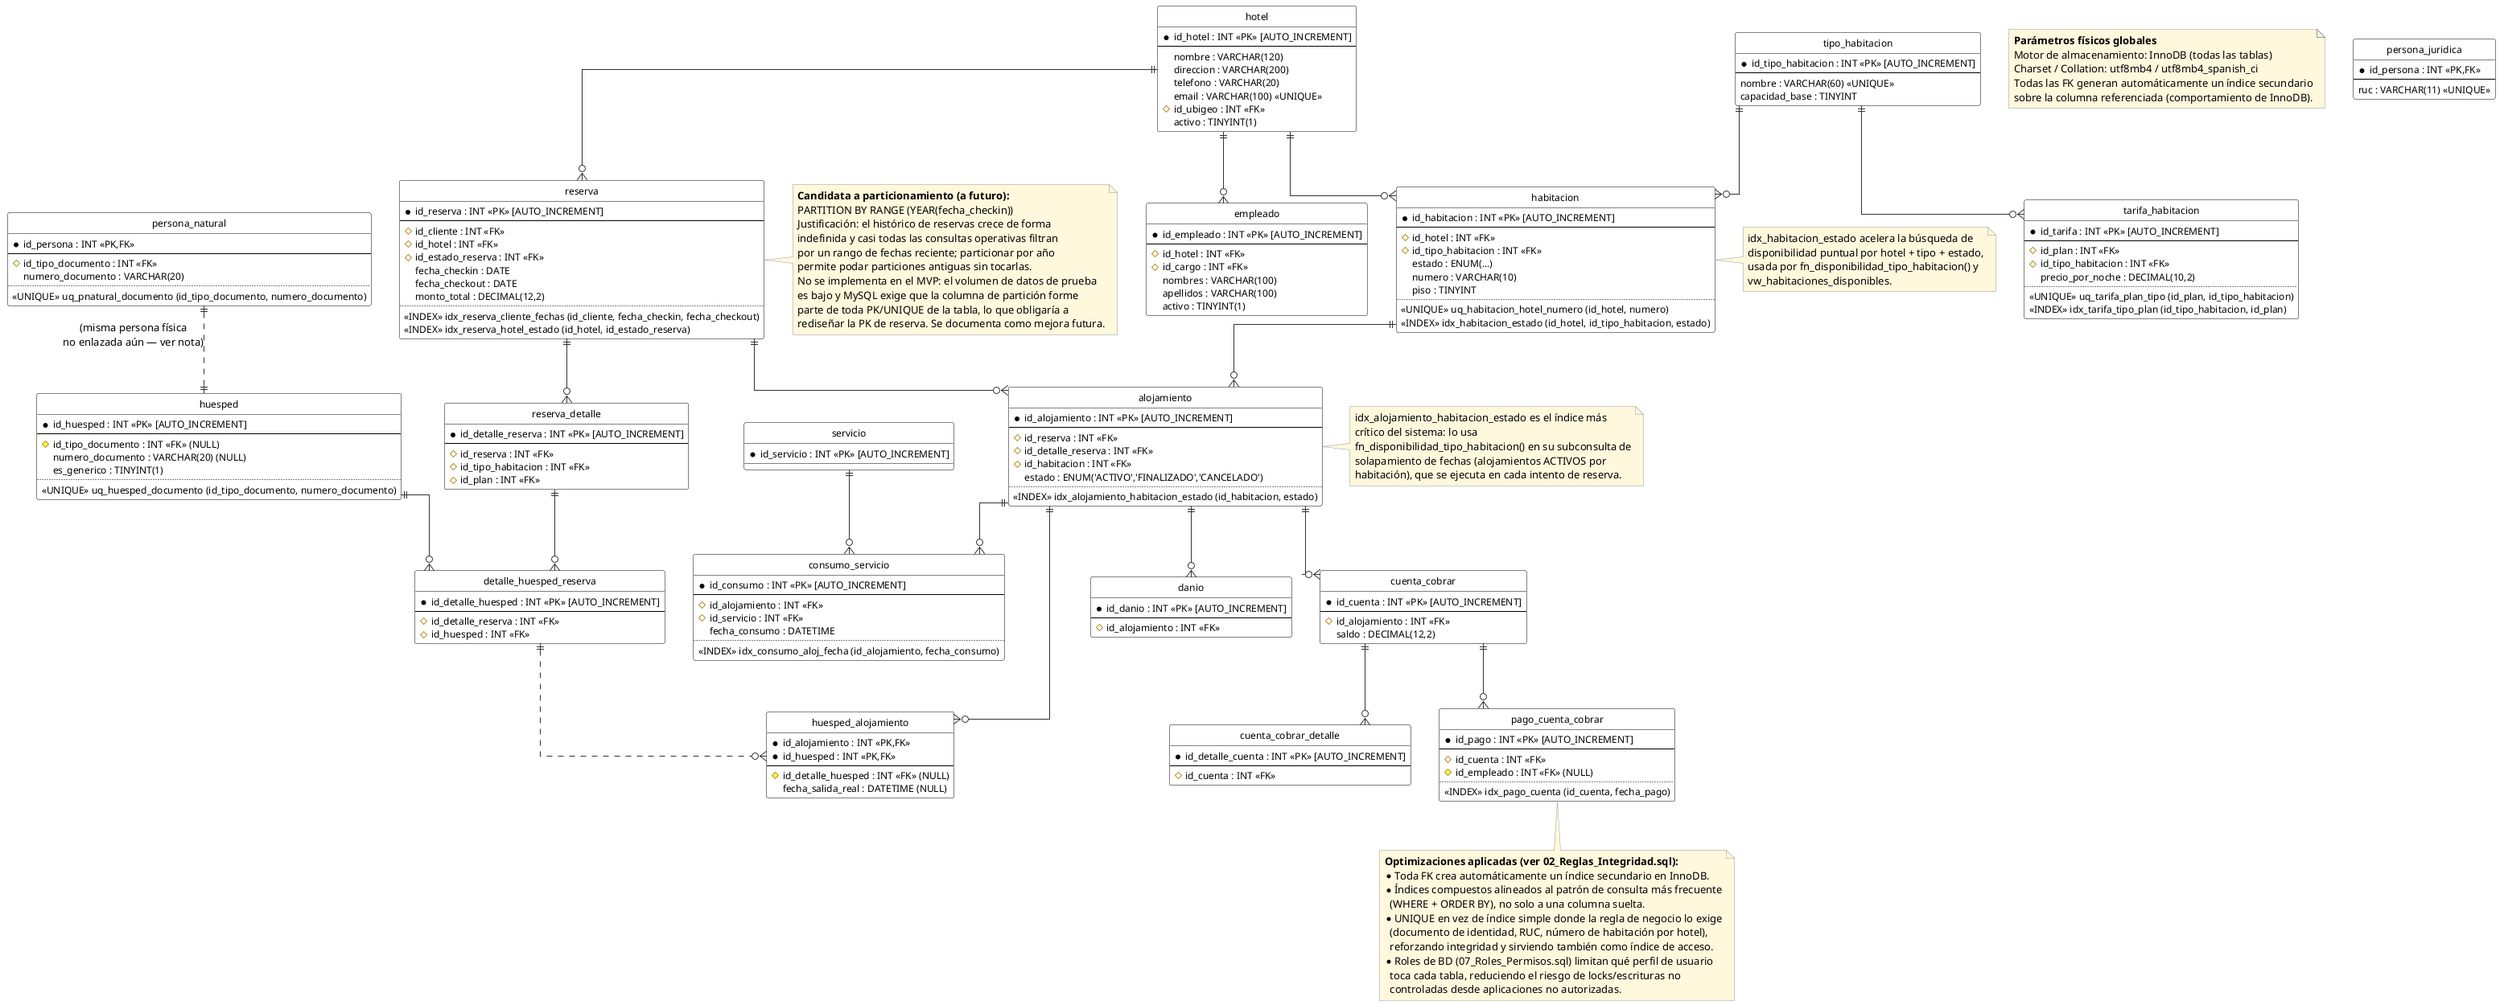
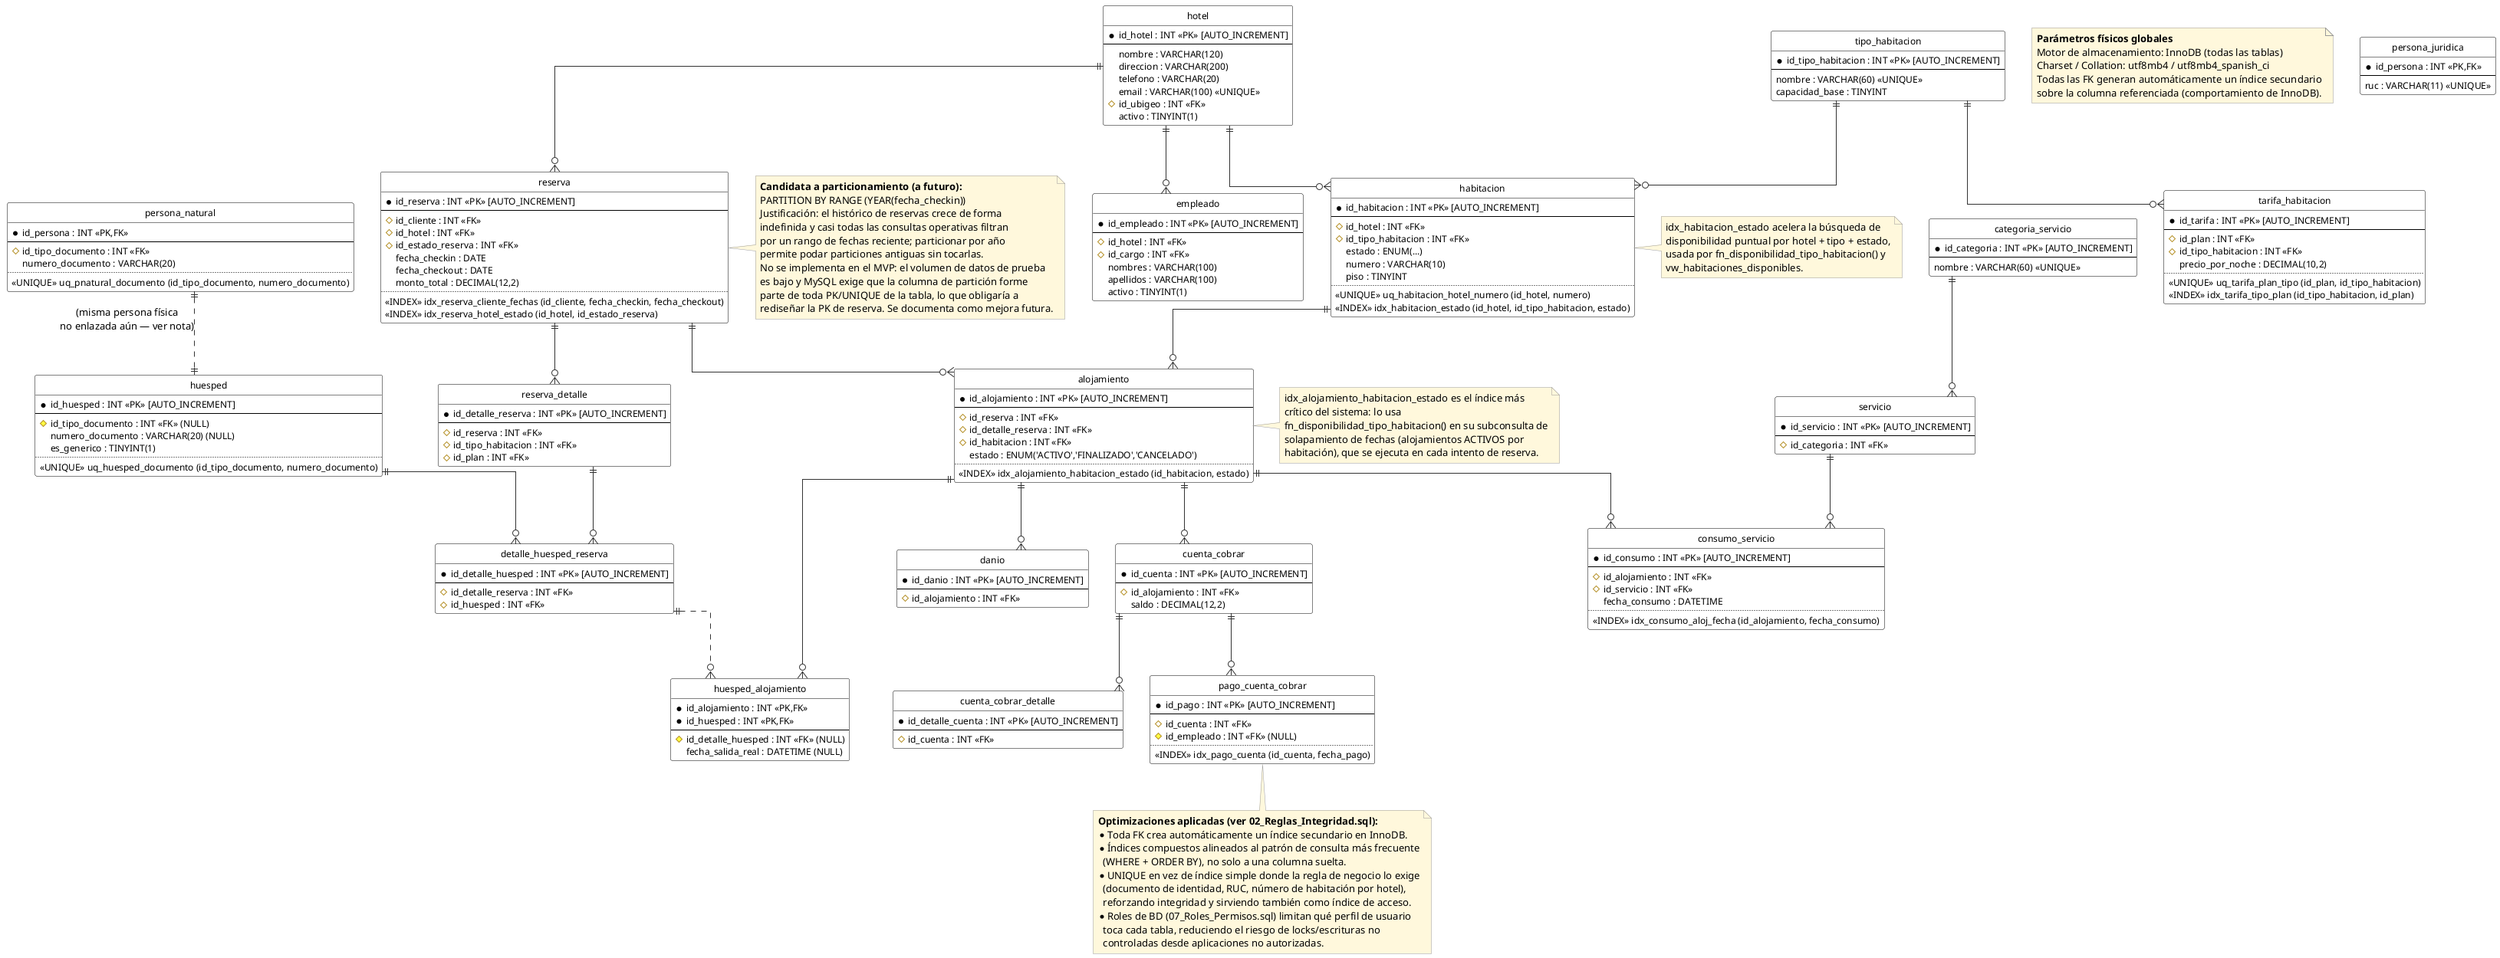
@startuml 03_Modelo_Fisico

' =============================================================
'  MODELO FÍSICO
'  Motor: MySQL 8.0+ / MariaDB 10.11+ (InnoDB)
'  Mismo esquema que 02_Modelo_Logico, pero con anotaciones de
'  implementación física: motor de almacenamiento, charset,
'  índices adicionales (más allá de PK/FK) y estrategia de
'  particionamiento. Corresponde a 01_Creacion_Tablas.sql +
'  02_Reglas_Integridad.sql ya ejecutados en el SGBD.
' =============================================================

hide circle
skinparam linetype ortho
skinparam class {
    BackgroundColor White
    BorderColor Black
    ArrowColor #333333
    AttributeFontSize 12
}
skinparam note {
    BackgroundColor #FFF8DC
    BorderColor #999999
}

' ---------- Parámetros físicos globales ----------
note as N_GLOBAL
  <b>Parámetros físicos globales</b>
  Motor de almacenamiento: InnoDB (todas las tablas)
  Charset / Collation: utf8mb4 / utf8mb4_spanish_ci
  Todas las FK generan automáticamente un índice secundario
  sobre la columna referenciada (comportamiento de InnoDB).
end note

entity "hotel" as hotel {
  * id_hotel : INT <<PK>> [AUTO_INCREMENT]
  --
  nombre : VARCHAR(120)
  direccion : VARCHAR(200)
  telefono : VARCHAR(20)
  email : VARCHAR(100) <<UNIQUE>>
  # id_ubigeo : INT <<FK>>
  activo : TINYINT(1)
}

entity "empleado" as empleado {
  * id_empleado : INT <<PK>> [AUTO_INCREMENT]
  --
  # id_hotel : INT <<FK>>
  # id_cargo : INT <<FK>>
  nombres : VARCHAR(100)
  apellidos : VARCHAR(100)
  activo : TINYINT(1)
}

entity "persona_natural" as persona_natural {
  * id_persona : INT <<PK,FK>>
  --
  # id_tipo_documento : INT <<FK>>
  numero_documento : VARCHAR(20)
  ..
  <<UNIQUE>> uq_pnatural_documento (id_tipo_documento, numero_documento)
}

entity "persona_juridica" as persona_juridica {
  * id_persona : INT <<PK,FK>>
  --
  ruc : VARCHAR(11) <<UNIQUE>>
}

entity "huesped" as huesped {
  * id_huesped : INT <<PK>> [AUTO_INCREMENT]
  --
  # id_tipo_documento : INT <<FK>> (NULL)
  numero_documento : VARCHAR(20) (NULL)
  es_generico : TINYINT(1)
  ..
  <<UNIQUE>> uq_huesped_documento (id_tipo_documento, numero_documento)
}

entity "tipo_habitacion" as tipo_habitacion {
  * id_tipo_habitacion : INT <<PK>> [AUTO_INCREMENT]
  --
  nombre : VARCHAR(60) <<UNIQUE>>
  capacidad_base : TINYINT
}

entity "habitacion" as habitacion {
  * id_habitacion : INT <<PK>> [AUTO_INCREMENT]
  --
  # id_hotel : INT <<FK>>
  # id_tipo_habitacion : INT <<FK>>
  estado : ENUM(...)
  numero : VARCHAR(10)
  piso : TINYINT
  ..
  <<UNIQUE>> uq_habitacion_hotel_numero (id_hotel, numero)
  <<INDEX>> idx_habitacion_estado (id_hotel, id_tipo_habitacion, estado)
}
note right of habitacion
  idx_habitacion_estado acelera la búsqueda de
  disponibilidad puntual por hotel + tipo + estado,
  usada por fn_disponibilidad_tipo_habitacion() y
  vw_habitaciones_disponibles.
end note

entity "tarifa_habitacion" as tarifa_habitacion {
  * id_tarifa : INT <<PK>> [AUTO_INCREMENT]
  --
  # id_plan : INT <<FK>>
  # id_tipo_habitacion : INT <<FK>>
  precio_por_noche : DECIMAL(10,2)
  ..
  <<UNIQUE>> uq_tarifa_plan_tipo (id_plan, id_tipo_habitacion)
  <<INDEX>> idx_tarifa_tipo_plan (id_tipo_habitacion, id_plan)
}

entity "reserva" as reserva {
  * id_reserva : INT <<PK>> [AUTO_INCREMENT]
  --
  # id_cliente : INT <<FK>>
  # id_hotel : INT <<FK>>
  # id_estado_reserva : INT <<FK>>
  fecha_checkin : DATE
  fecha_checkout : DATE
  monto_total : DECIMAL(12,2)
  ..
  <<INDEX>> idx_reserva_cliente_fechas (id_cliente, fecha_checkin, fecha_checkout)
  <<INDEX>> idx_reserva_hotel_estado (id_hotel, id_estado_reserva)
}
note right of reserva
  <b>Candidata a particionamiento (a futuro):</b>
  PARTITION BY RANGE (YEAR(fecha_checkin))
  Justificación: el histórico de reservas crece de forma
  indefinida y casi todas las consultas operativas filtran
  por un rango de fechas reciente; particionar por año
  permite podar particiones antiguas sin tocarlas.
  No se implementa en el MVP: el volumen de datos de prueba
  es bajo y MySQL exige que la columna de partición forme
  parte de toda PK/UNIQUE de la tabla, lo que obligaría a
  rediseñar la PK de reserva. Se documenta como mejora futura.
end note

entity "reserva_detalle" as reserva_detalle {
  * id_detalle_reserva : INT <<PK>> [AUTO_INCREMENT]
  --
  # id_reserva : INT <<FK>>
  # id_tipo_habitacion : INT <<FK>>
  # id_plan : INT <<FK>>
}

entity "detalle_huesped_reserva" as detalle_huesped_reserva {
  * id_detalle_huesped : INT <<PK>> [AUTO_INCREMENT]
  --
  # id_detalle_reserva : INT <<FK>>
  # id_huesped : INT <<FK>>
}

entity "alojamiento" as alojamiento {
  * id_alojamiento : INT <<PK>> [AUTO_INCREMENT]
  --
  # id_reserva : INT <<FK>>
  # id_detalle_reserva : INT <<FK>>
  # id_habitacion : INT <<FK>>
  estado : ENUM('ACTIVO','FINALIZADO','CANCELADO')
  ..
  <<INDEX>> idx_alojamiento_habitacion_estado (id_habitacion, estado)
}
note right of alojamiento
  idx_alojamiento_habitacion_estado es el índice más
  crítico del sistema: lo usa
  fn_disponibilidad_tipo_habitacion() en su subconsulta de
  solapamiento de fechas (alojamientos ACTIVOS por
  habitación), que se ejecuta en cada intento de reserva.
end note

entity "huesped_alojamiento" as huesped_alojamiento {
  * id_alojamiento : INT <<PK,FK>>
  * id_huesped : INT <<PK,FK>>
  --
  # id_detalle_huesped : INT <<FK>> (NULL)
  fecha_salida_real : DATETIME (NULL)
}

+ entity "categoria_servicio" as categoria_servicio {
+   * id_categoria : INT <<PK>> [AUTO_INCREMENT]
+   --
+   nombre : VARCHAR(60) <<UNIQUE>>
+ }
+ 
entity "servicio" as servicio {
  * id_servicio : INT <<PK>> [AUTO_INCREMENT]
+   --
+   # id_categoria : INT <<FK>>
}

entity "consumo_servicio" as consumo_servicio {
  * id_consumo : INT <<PK>> [AUTO_INCREMENT]
  --
  # id_alojamiento : INT <<FK>>
  # id_servicio : INT <<FK>>
  fecha_consumo : DATETIME
  ..
  <<INDEX>> idx_consumo_aloj_fecha (id_alojamiento, fecha_consumo)
}

entity "danio" as danio {
  * id_danio : INT <<PK>> [AUTO_INCREMENT]
  --
  # id_alojamiento : INT <<FK>>
}

entity "cuenta_cobrar" as cuenta_cobrar {
  * id_cuenta : INT <<PK>> [AUTO_INCREMENT]
  --
  # id_alojamiento : INT <<FK>>
  saldo : DECIMAL(12,2)
}

entity "cuenta_cobrar_detalle" as cuenta_cobrar_detalle {
  * id_detalle_cuenta : INT <<PK>> [AUTO_INCREMENT]
  --
  # id_cuenta : INT <<FK>>
}

entity "pago_cuenta_cobrar" as pago_cuenta_cobrar {
  * id_pago : INT <<PK>> [AUTO_INCREMENT]
  --
  # id_cuenta : INT <<FK>>
  # id_empleado : INT <<FK>> (NULL)
  ..
  <<INDEX>> idx_pago_cuenta (id_cuenta, fecha_pago)
}

' =============================================================
'  RELACIONES (abreviadas; ver 02_Modelo_Logico para el detalle
'  completo de cardinalidad de cada FK)
' =============================================================
hotel           ||--o{ empleado
hotel           ||--o{ habitacion
tipo_habitacion ||--o{ habitacion
tipo_habitacion ||--o{ tarifa_habitacion
persona_natural ||..|| huesped                  : (misma persona física\nno enlazada aún — ver nota)
hotel           ||--o{ reserva
reserva         ||--o{ reserva_detalle
reserva_detalle ||--o{ detalle_huesped_reserva
huesped         ||--o{ detalle_huesped_reserva
reserva         ||--o{ alojamiento
habitacion      ||--o{ alojamiento
alojamiento     ||--o{ huesped_alojamiento
detalle_huesped_reserva ||..o{ huesped_alojamiento
alojamiento     ||--o{ consumo_servicio
servicio        ||--o{ consumo_servicio
+ categoria_servicio ||--o{ servicio
alojamiento     ||--o{ danio
alojamiento     ||--o{ cuenta_cobrar
cuenta_cobrar   ||--o{ cuenta_cobrar_detalle
cuenta_cobrar   ||--o{ pago_cuenta_cobrar

note bottom
  <b>Optimizaciones aplicadas (ver 02_Reglas_Integridad.sql):</b>
  * Toda FK crea automáticamente un índice secundario en InnoDB.
  * Índices compuestos alineados al patrón de consulta más frecuente
    (WHERE + ORDER BY), no solo a una columna suelta.
  * UNIQUE en vez de índice simple donde la regla de negocio lo exige
    (documento de identidad, RUC, número de habitación por hotel),
    reforzando integridad y sirviendo también como índice de acceso.
  * Roles de BD (07_Roles_Permisos.sql) limitan qué perfil de usuario
    toca cada tabla, reduciendo el riesgo de locks/escrituras no
    controladas desde aplicaciones no autorizadas.
end note

@enduml
